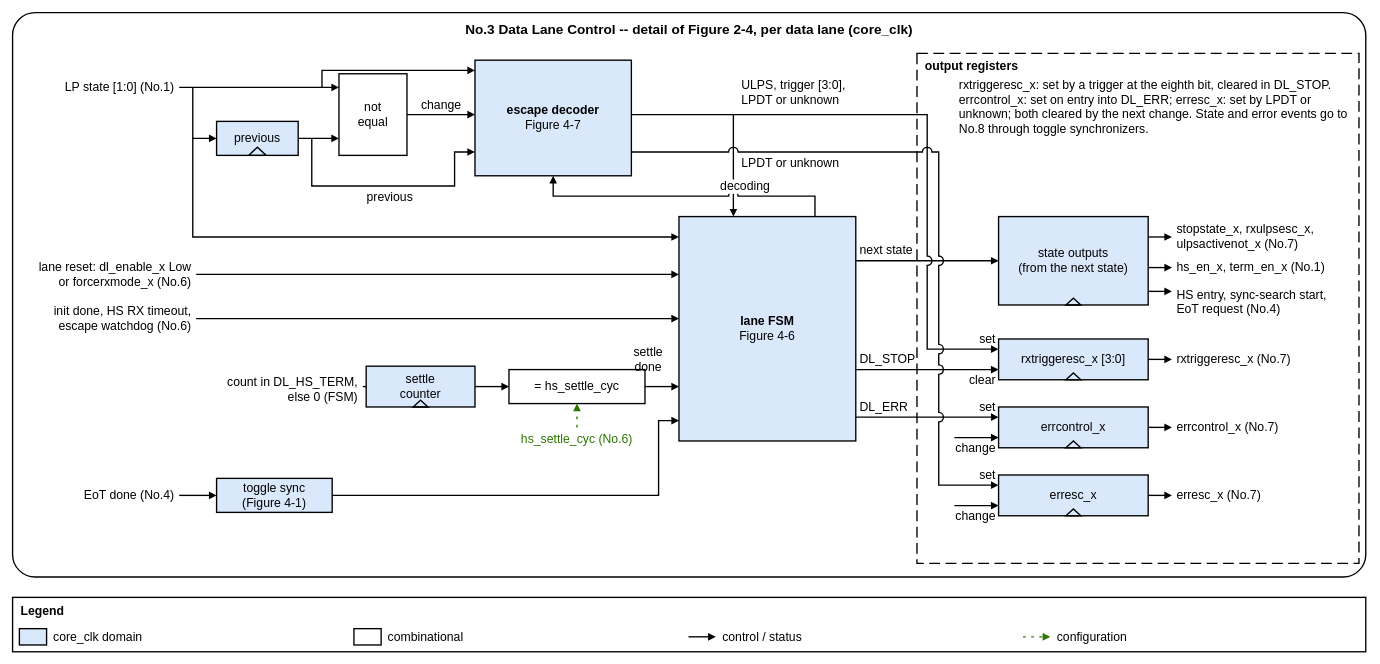
Above: 22fdx/rx/digital/hw/rtl/ip/ftel_dphy_rx/doc/figures/ftel_dphy_rx_dl_ctrl.drawio in ftel-cdc/fu3_dphy (draw.io), before the change. Source tidied: cells renumbered, new cells numbered last; positions are measured from the earlier drawing's top-left corner, leaving out a move shared by most shapes. Both pictures are drawn from the tidied source at 68%, with x=0, y=0 at pixel (12, 12).
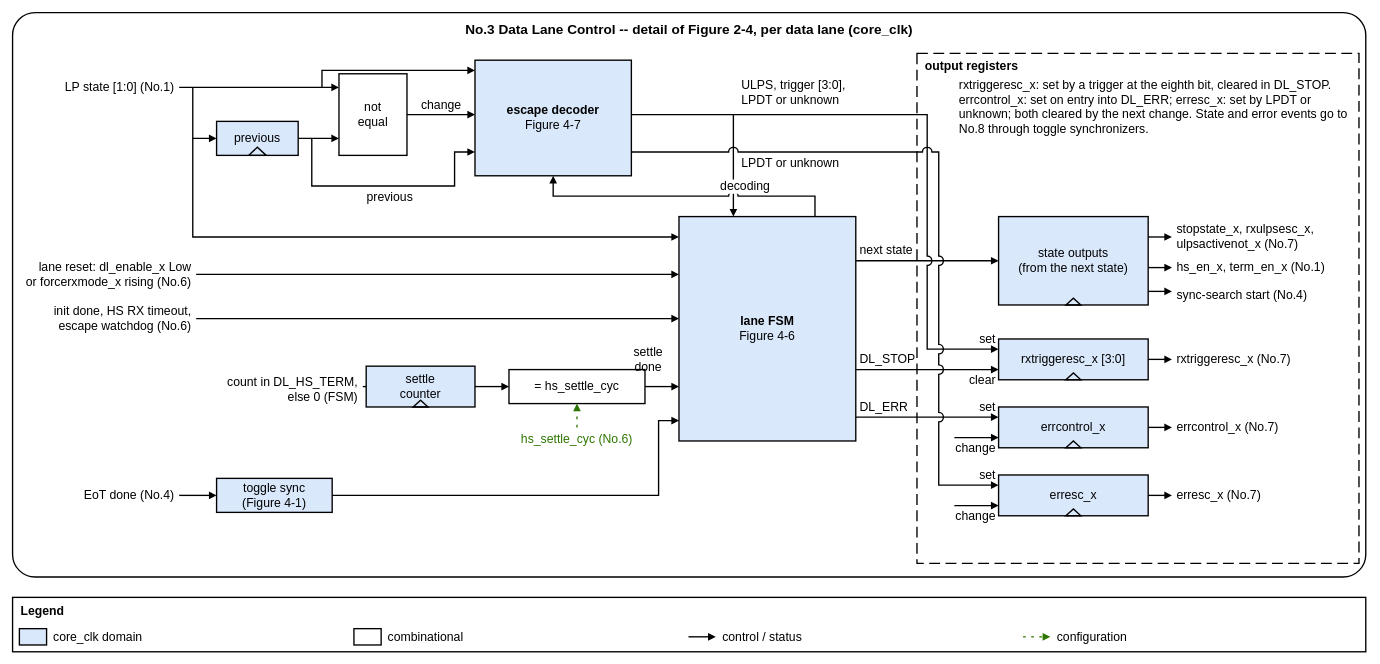
Above is the later version.

What changed in the source:
```diff
@@
-    <mxCell id="17" value="lane reset: dl_enable_x Low&lt;br&gt;or forcerxmode_x (No.6)" style="text;html=1;whiteSpace=wrap;fontSize=18;align=right;verticalAlign=middle;strokeColor=none;fillColor=none;spacing=2;" parent="1" vertex="1">
+    <mxCell id="17" value="lane reset: dl_enable_x Low&lt;br&gt;or forcerxmode_x rising (No.6)" style="text;html=1;whiteSpace=wrap;fontSize=18;align=right;verticalAlign=middle;strokeColor=none;fillColor=none;spacing=2;" parent="1" vertex="1">
       <mxGeometry x="5" y="360" width="260" height="50" as="geometry" />
     </mxCell>
@@
-    <mxCell id="69" value="HS entry, sync-search start,&lt;br&gt;EoT request (No.4)" style="text;html=1;whiteSpace=wrap;fontSize=18;align=left;verticalAlign=top;strokeColor=none;fillColor=none;spacing=2;" parent="1" vertex="1">
+    <mxCell id="69" value="sync-search start (No.4)" style="text;html=1;whiteSpace=wrap;fontSize=18;align=left;verticalAlign=top;strokeColor=none;fillColor=none;spacing=2;" parent="1" vertex="1">
       <mxGeometry x="1710" y="398" width="285" height="50" as="geometry" />
     </mxCell>
```
